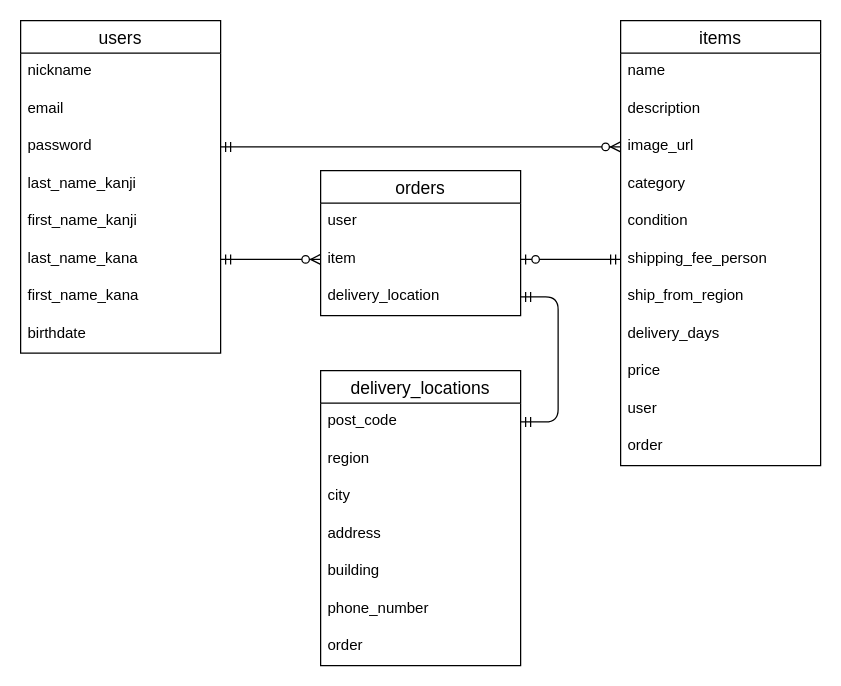
Earlier version of the draw.io diagram db.dio (syasya-n/furima-32849). Source tidied: cells renumbered, new cells numbered last; positions are measured from the earlier drawing's top-left corner, leaving out a move shared by most shapes. Both pictures are drawn from the tidied source at 125%, with x=0, y=0 at pixel (20, 20).
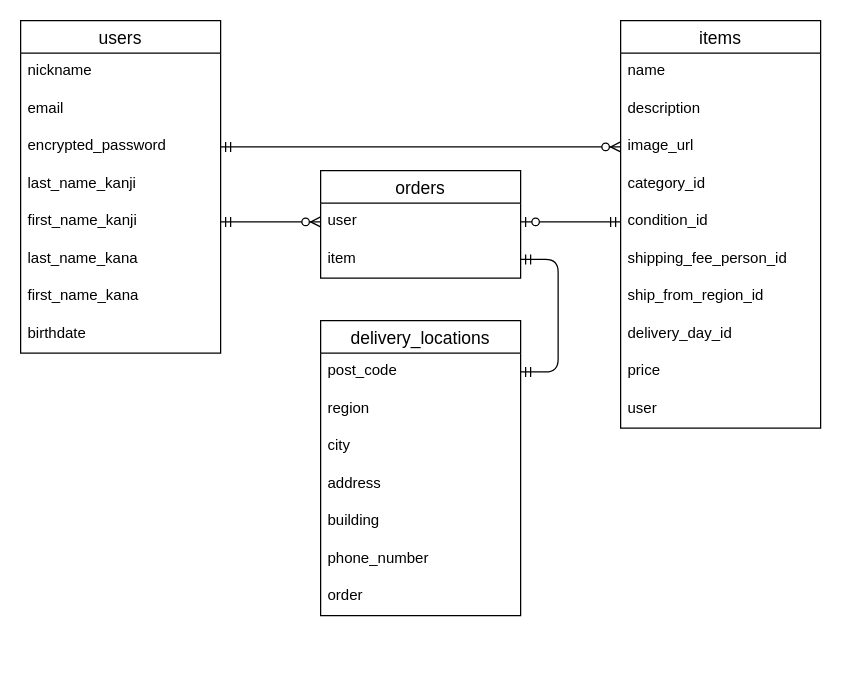
The same page after the edit.

Commit message (it also covers changes not shown here):
レビュー指摘反映

Unchanged cells that the change refers to:
```xml
<mxCell id="2" value="users" style="swimlane;fontStyle=0;horizontal=1;startSize=26;align=center;fontSize=14;" parent="1" vertex="1">
  <mxGeometry width="160" height="266" as="geometry" />
</mxCell>
<mxCell id="7" value="first_name_kanji" style="text;strokeColor=none;fillColor=none;spacingLeft=4;spacingRight=4;overflow=hidden;points=[[0,0.5],[1,0.5]];portConstraint=eastwest;fontSize=12;" parent="2" vertex="1">
  <mxGeometry y="146" width="160" height="30" as="geometry" />
</mxCell>
<mxCell id="8" value="last_name_kana" style="text;strokeColor=none;fillColor=none;spacingLeft=4;spacingRight=4;overflow=hidden;points=[[0,0.5],[1,0.5]];portConstraint=eastwest;fontSize=12;" parent="2" vertex="1">
  <mxGeometry y="176" width="160" height="30" as="geometry" />
</mxCell>
<mxCell id="24" value="user" style="text;strokeColor=none;fillColor=none;spacingLeft=4;spacingRight=4;overflow=hidden;points=[[0,0.5],[1,0.5]];portConstraint=eastwest;fontSize=12;" parent="23" vertex="1">
  <mxGeometry y="26" width="160" height="30" as="geometry" />
</mxCell>
<mxCell id="25" value="item" style="text;strokeColor=none;fillColor=none;spacingLeft=4;spacingRight=4;overflow=hidden;points=[[0,0.5],[1,0.5]];portConstraint=eastwest;fontSize=12;" parent="23" vertex="1">
  <mxGeometry y="56" width="160" height="30" as="geometry" />
</mxCell>
<mxCell id="28" value="post_code" style="text;strokeColor=none;fillColor=none;spacingLeft=4;spacingRight=4;overflow=hidden;points=[[0,0.5],[1,0.5]];portConstraint=eastwest;fontSize=12;" parent="27" vertex="1">
  <mxGeometry y="26" width="160" height="30" as="geometry" />
</mxCell>
```

Diff of the diagram source:
```diff
@@
-    <mxCell id="5" value="password" style="text;strokeColor=none;fillColor=none;spacingLeft=4;spacingRight=4;overflow=hidden;points=[[0,0.5],[1,0.5]];portConstraint=eastwest;fontSize=12;" parent="2" vertex="1">
+    <mxCell id="5" value="encrypted_password" style="text;strokeColor=none;fillColor=none;spacingLeft=4;spacingRight=4;overflow=hidden;points=[[0,0.5],[1,0.5]];portConstraint=eastwest;fontSize=12;" parent="2" vertex="1">
       <mxGeometry y="86" width="160" height="30" as="geometry" />
     </mxCell>
@@
     <mxCell id="11" value="items" style="swimlane;fontStyle=0;horizontal=1;startSize=26;align=center;fontSize=14;" parent="1" vertex="1">
-      <mxGeometry x="480" width="160" height="356" as="geometry" />
+      <mxGeometry x="480" width="160" height="326" as="geometry" />
     </mxCell>
@@
-    <mxCell id="15" value="category" style="text;strokeColor=none;fillColor=none;spacingLeft=4;spacingRight=4;overflow=hidden;fontSize=12;" parent="11" vertex="1">
+    <mxCell id="15" value="category_id" style="text;strokeColor=none;fillColor=none;spacingLeft=4;spacingRight=4;overflow=hidden;fontSize=12;" parent="11" vertex="1">
       <mxGeometry y="116" width="160" height="30" as="geometry" />
     </mxCell>
-    <mxCell id="16" value="condition" style="text;strokeColor=none;fillColor=none;spacingLeft=4;spacingRight=4;overflow=hidden;points=[[0,0.5],[1,0.5]];portConstraint=eastwest;fontSize=12;" parent="11" vertex="1">
+    <mxCell id="16" value="condition_id" style="text;strokeColor=none;fillColor=none;spacingLeft=4;spacingRight=4;overflow=hidden;points=[[0,0.5],[1,0.5]];portConstraint=eastwest;fontSize=12;" parent="11" vertex="1">
       <mxGeometry y="146" width="160" height="30" as="geometry" />
     </mxCell>
-    <mxCell id="17" value="shipping_fee_person" style="text;strokeColor=none;fillColor=none;spacingLeft=4;spacingRight=4;overflow=hidden;points=[[0,0.5],[1,0.5]];portConstraint=eastwest;fontSize=12;" parent="11" vertex="1">
+    <mxCell id="17" value="shipping_fee_person_id" style="text;strokeColor=none;fillColor=none;spacingLeft=4;spacingRight=4;overflow=hidden;points=[[0,0.5],[1,0.5]];portConstraint=eastwest;fontSize=12;" parent="11" vertex="1">
       <mxGeometry y="176" width="160" height="30" as="geometry" />
     </mxCell>
-    <mxCell id="18" value="ship_from_region " style="text;strokeColor=none;fillColor=none;spacingLeft=4;spacingRight=4;overflow=hidden;fontSize=12;" parent="11" vertex="1">
+    <mxCell id="18" value="ship_from_region_id" style="text;strokeColor=none;fillColor=none;spacingLeft=4;spacingRight=4;overflow=hidden;fontSize=12;" parent="11" vertex="1">
       <mxGeometry y="206" width="160" height="30" as="geometry" />
     </mxCell>
-    <mxCell id="19" value="delivery_days" style="text;strokeColor=none;fillColor=none;spacingLeft=4;spacingRight=4;overflow=hidden;fontSize=12;" parent="11" vertex="1">
+    <mxCell id="19" value="delivery_day_id" style="text;strokeColor=none;fillColor=none;spacingLeft=4;spacingRight=4;overflow=hidden;fontSize=12;" parent="11" vertex="1">
       <mxGeometry y="236" width="160" height="30" as="geometry" />
     </mxCell>
@@
-    <mxCell id="22" value="order" style="text;strokeColor=none;fillColor=none;spacingLeft=4;spacingRight=4;overflow=hidden;fontSize=12;" parent="11" vertex="1">
-      <mxGeometry y="326" width="160" height="30" as="geometry" />
-    </mxCell>
     <mxCell id="23" value="orders" style="swimlane;fontStyle=0;horizontal=1;startSize=26;align=center;fontSize=14;" parent="1" vertex="1">
-      <mxGeometry x="240" y="120" width="160" height="116" as="geometry" />
+      <mxGeometry x="240" y="120" width="160" height="86" as="geometry" />
     </mxCell>
@@
-    <mxCell id="26" value="delivery_location" style="text;strokeColor=none;fillColor=none;spacingLeft=4;spacingRight=4;overflow=hidden;points=[[0,0.5],[1,0.5]];portConstraint=eastwest;fontSize=12;" parent="23" vertex="1">
-      <mxGeometry y="86" width="160" height="30" as="geometry" />
-    </mxCell>
     <mxCell id="27" value="delivery_locations" style="swimlane;fontStyle=0;horizontal=1;startSize=26;align=center;fontSize=14;" parent="1" vertex="1">
-      <mxGeometry x="240" y="280" width="160" height="236" as="geometry" />
+      <mxGeometry x="240" y="240" width="160" height="236" as="geometry" />
     </mxCell>
@@
-    <mxCell id="35" style="edgeStyle=entityRelationEdgeStyle;fontSize=12;html=1;endArrow=ERmandOne;startArrow=ERmandOne;entryX=1;entryY=0.5;entryDx=0;entryDy=0;exitX=1;exitY=0.5;exitDx=0;exitDy=0;" parent="1" edge="1" source="28" target="26">
+    <mxCell id="35" style="edgeStyle=entityRelationEdgeStyle;fontSize=12;html=1;endArrow=ERmandOne;startArrow=ERmandOne;exitX=1;exitY=0.5;exitDx=0;exitDy=0;entryX=1;entryY=0.5;entryDx=0;entryDy=0;" parent="1" edge="1" source="28" target="25">
       <mxGeometry relative="1" as="geometry" />
     </mxCell>
@@
-    <mxCell id="37" style="edgeStyle=entityRelationEdgeStyle;fontSize=12;html=1;endArrow=ERzeroToMany;startArrow=ERmandOne;exitX=1;exitY=0.5;exitDx=0;exitDy=0;entryX=0;entryY=0.5;entryDx=0;entryDy=0;" parent="1" edge="1" source="8" target="25">
+    <mxCell id="37" style="edgeStyle=entityRelationEdgeStyle;fontSize=12;html=1;endArrow=ERzeroToMany;startArrow=ERmandOne;exitX=1;exitY=0.5;exitDx=0;exitDy=0;entryX=0;entryY=0.5;entryDx=0;entryDy=0;" parent="1" edge="1" source="7" target="24">
       <mxGeometry relative="1" as="geometry" />
     </mxCell>
-    <mxCell id="38" style="edgeStyle=entityRelationEdgeStyle;fontSize=12;html=1;endArrow=ERzeroToOne;startArrow=ERmandOne;exitX=0;exitY=0.5;exitDx=0;exitDy=0;entryX=1;entryY=0.5;entryDx=0;entryDy=0;" parent="1" edge="1" source="17" target="25">
+    <mxCell id="38" style="edgeStyle=entityRelationEdgeStyle;fontSize=12;html=1;endArrow=ERzeroToOne;startArrow=ERmandOne;exitX=0;exitY=0.5;exitDx=0;exitDy=0;entryX=1;entryY=0.5;entryDx=0;entryDy=0;" parent="1" edge="1" source="16" target="24">
       <mxGeometry relative="1" as="geometry" />
     </mxCell>
```
